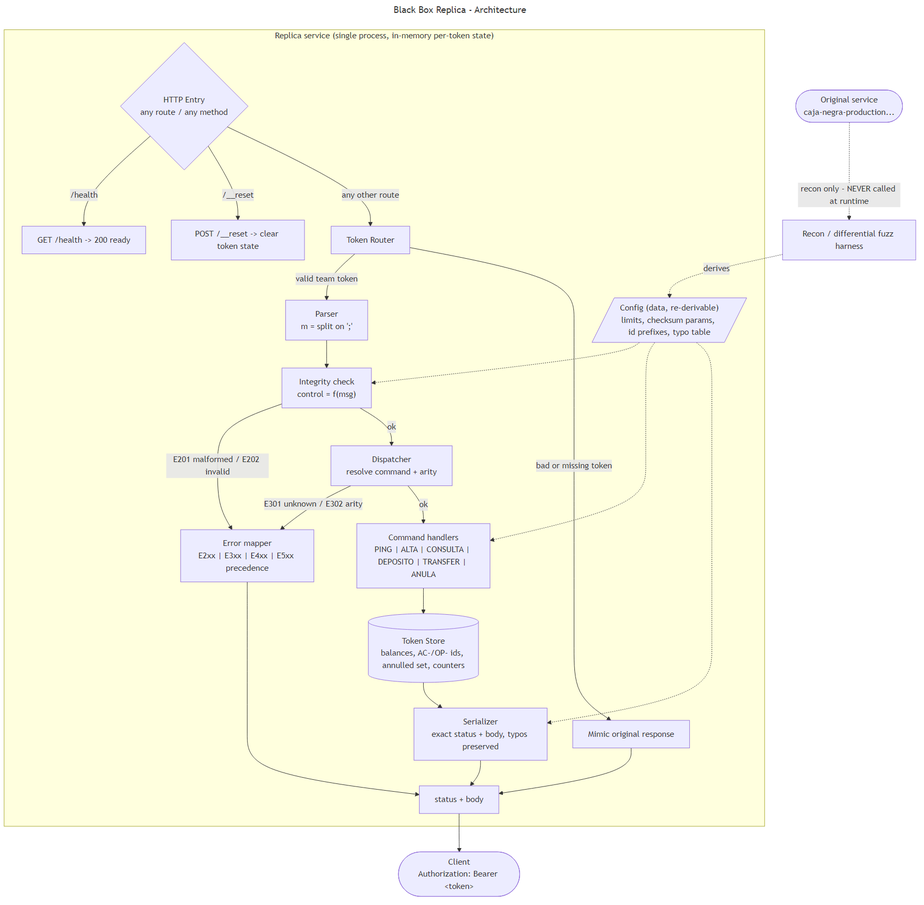
Before: docs/design/architecture.png, a diagram exported from Mermaid (felipejimenez-ai/hackathon-20261010-frontier). Its source is kept beside it as docs/design/architecture.mmd. Its diagram source:
```mermaid
---
title: Black Box Replica - Architecture
---
flowchart TD
    Client(["Client<br/>Authorization: Bearer &lt;token&gt;"])

    subgraph Replica["Replica service (single process, in-memory per-token state)"]
        Entry{"HTTP Entry<br/>any route / any method"}
        Health["GET /health -> 200 ready"]
        Reset["POST /__reset -> clear token state"]
        Router["Token Router"]

        Parser["Parser<br/>m = split on ';'"]
        Integrity["Integrity check<br/>control = f(msg)"]
        Dispatcher["Dispatcher<br/>resolve command + arity"]
        Handlers["Command handlers<br/>PING | ALTA | CONSULTA | DEPOSITO | TRANSFER | ANULA"]
        Store[("Token Store<br/>balances, AC-/OP- ids, annulled set, counters")]
        Serializer["Serializer<br/>exact status + body, typos preserved"]
        Err["Error mapper<br/>E2xx | E3xx | E4xx | E5xx precedence"]
        Config[/"Config (data, re-derivable)<br/>limits, checksum params, id prefixes, typo table"/]

        Entry -->|"/health"| Health
        Entry -->|"/__reset"| Reset
        Entry -->|"any other route"| Router

        Router -->|"valid team token"| Parser
        Router -->|"bad or missing token"| Mimic["Mimic original response"]

        Parser --> Integrity
        Integrity -->|"E201 malformed / E202 invalid"| Err
        Integrity -->|"ok"| Dispatcher

        Dispatcher -->|"E301 unknown / E302 arity"| Err
        Dispatcher -->|"ok"| Handlers

        Handlers --> Store
        Store --> Serializer
        Serializer --> Resp["status + body"]
        Err --> Resp
        Mimic --> Resp

        Config -.-> Integrity
        Config -.-> Handlers
        Config -.-> Serializer
    end

    Resp --> Client

    Original(["Original service<br/>caja-negra-production..."]) -.->|"recon only - NEVER called at runtime"| Recon["Recon / differential fuzz harness"]
    Recon -.->|"derives"| Config
```
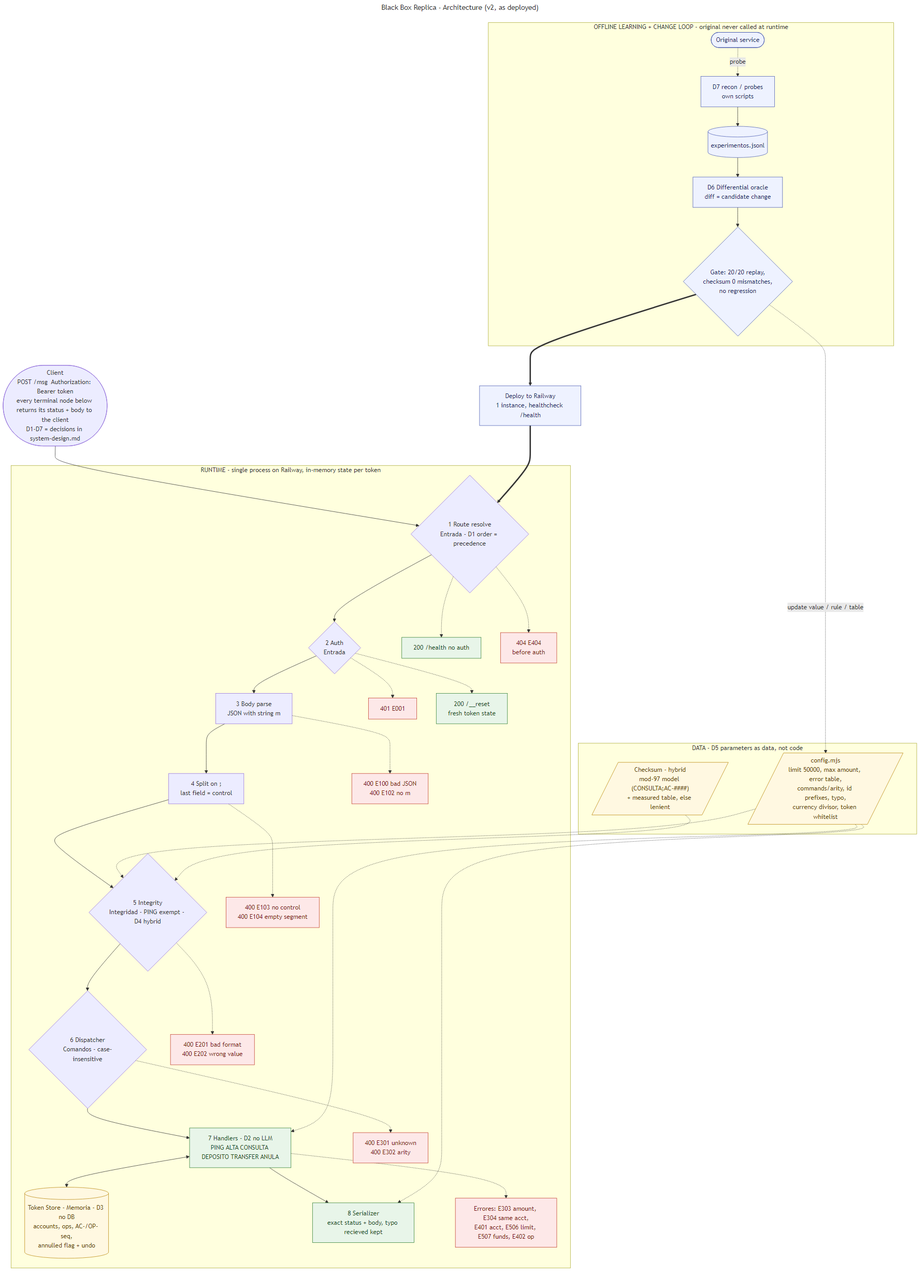
The same file after the commit.

Commit message:
docs(design): align architecture and system design with v2 implementation

Redraw pipeline in real evaluation order with error codes, data and change-loop lanes, and D1-D7 decision tags. Add assumptions, decision table with discarded alternatives, and metrics/test-case plan.

The edit, as a diff of the source:
```diff
@@ -1,50 +1,75 @@
 ---
-title: Black Box Replica - Architecture
+title: Black Box Replica - Architecture (v2, as deployed)
 ---
-flowchart TD
-    Client(["Client<br/>Authorization: Bearer &lt;token&gt;"])
+flowchart TB
+    Client(["Client<br/>POST /msg  Authorization: Bearer token<br/>every terminal node below returns its status + body to the client<br/>D1-D7 = decisions in system-design.md"])
 
-    subgraph Replica["Replica service (single process, in-memory per-token state)"]
-        Entry{"HTTP Entry<br/>any route / any method"}
-        Health["GET /health -> 200 ready"]
-        Reset["POST /__reset -> clear token state"]
-        Router["Token Router"]
+    subgraph RT["RUNTIME - single process on Railway, in-memory state per token"]
+        direction TB
+        R1{"1 Route resolve<br/>Entrada - D1 order = precedence"}
+        R2{"2 Auth<br/>Entrada"}
+        R3["3 Body parse<br/>JSON with string m"]
+        R4["4 Split on ;<br/>last field = control"]
+        R5{"5 Integrity<br/>Integridad - PING exempt - D4 hybrid"}
+        R6{"6 Dispatcher<br/>Comandos - case-insensitive"}
+        H["7 Handlers - D2 no LLM<br/>PING ALTA CONSULTA DEPOSITO TRANSFER ANULA"]
+        Store[("Token Store - Memoria - D3 no DB<br/>accounts, ops, AC-/OP- seq,<br/>annulled flag + undo")]
+        Ser["8 Serializer<br/>exact status + body, typo recieved kept"]
 
-        Parser["Parser<br/>m = split on ';'"]
-        Integrity["Integrity check<br/>control = f(msg)"]
-        Dispatcher["Dispatcher<br/>resolve command + arity"]
-        Handlers["Command handlers<br/>PING | ALTA | CONSULTA | DEPOSITO | TRANSFER | ANULA"]
-        Store[("Token Store<br/>balances, AC-/OP- ids, annulled set, counters")]
-        Serializer["Serializer<br/>exact status + body, typos preserved"]
-        Err["Error mapper<br/>E2xx | E3xx | E4xx | E5xx precedence"]
-        Config[/"Config (data, re-derivable)<br/>limits, checksum params, id prefixes, typo table"/]
+        Health["200 /health no auth"]
+        NF["404 E404<br/>before auth"]
+        E001["401 E001"]
+        Reset["200 /__reset<br/>fresh token state"]
+        EB["400 E100 bad JSON<br/>400 E102 no m"]
+        ES["400 E103 no control<br/>400 E104 empty segment"]
+        EI["400 E201 bad format<br/>400 E202 wrong value"]
+        ED["400 E301 unknown<br/>400 E302 arity"]
+        EH["Errores: E303 amount, E304 same acct,<br/>E401 acct, E506 limit, E507 funds, E402 op"]
 
-        Entry -->|"/health"| Health
-        Entry -->|"/__reset"| Reset
-        Entry -->|"any other route"| Router
+        R1 --> R2 --> R3 --> R4 --> R5 --> R6 --> H --> Ser
+        H <--> Store
 
-        Router -->|"valid team token"| Parser
-        Router -->|"bad or missing token"| Mimic["Mimic original response"]
-
-        Parser --> Integrity
-        Integrity -->|"E201 malformed / E202 invalid"| Err
-        Integrity -->|"ok"| Dispatcher
-
-        Dispatcher -->|"E301 unknown / E302 arity"| Err
-        Dispatcher -->|"ok"| Handlers
-
-        Handlers --> Store
-        Store --> Serializer
-        Serializer --> Resp["status + body"]
-        Err --> Resp
-        Mimic --> Resp
-
-        Config -.-> Integrity
-        Config -.-> Handlers
-        Config -.-> Serializer
+        R1 -.-> Health
+        R1 -.-> NF
+        R2 -.-> E001
+        R2 -.-> Reset
+        R3 -.-> EB
+        R4 -.-> ES
+        R5 -.-> EI
+        R6 -.-> ED
+        H -.-> EH
     end
 
-    Resp --> Client
+    subgraph DATA["DATA - D5 parameters as data, not code"]
+        direction TB
+        Cfg[/"config.mjs<br/>limit 50000, max amount, error table,<br/>commands/arity, id prefixes, typo,<br/>currency divisor, token whitelist"/]
+        Chk[/"Checksum - hybrid<br/>mod-97 model (CONSULTA;AC-####)<br/>+ measured table, else lenient"/]
+    end
 
-    Original(["Original service<br/>caja-negra-production..."]) -.->|"recon only - NEVER called at runtime"| Recon["Recon / differential fuzz harness"]
-    Recon -.->|"derives"| Config
+    subgraph LOOP["OFFLINE LEARNING + CHANGE LOOP - original never called at runtime"]
+        direction LR
+        Orig(["Original service"])
+        Recon["D7 recon / probes<br/>own scripts"]
+        Log[("experimentos.jsonl")]
+        Diff["D6 Differential oracle<br/>diff = candidate change"]
+        Gate{"Gate: 20/20 replay,<br/>checksum 0 mismatches,<br/>no regression"}
+        Orig -.->|"probe"| Recon --> Log --> Diff --> Gate
+    end
+
+    Client --> R1
+    Cfg -.-> R5
+    Cfg -.-> H
+    Cfg -.-> Ser
+    Chk -.-> R5
+    Gate -.->|"update value / rule / table"| Cfg
+    Gate ==> Deploy["Deploy to Railway<br/>1 instance, healthcheck /health"]
+    Deploy ==> R1
+
+    classDef err fill:#fde8e8,stroke:#c0392b,color:#7b1d12
+    classDef ok fill:#e8f5e9,stroke:#2e7d32,color:#1b4d1f
+    classDef data fill:#fff8e1,stroke:#b8860b,color:#5d4600
+    classDef off fill:#eef2ff,stroke:#4a5bb0,color:#1f2a66
+    class E001,EB,ES,EI,ED,EH,NF err
+    class Health,Reset,Ser,H ok
+    class Cfg,Chk,Store data
+    class Orig,Recon,Log,Diff,Gate,Deploy off
```
